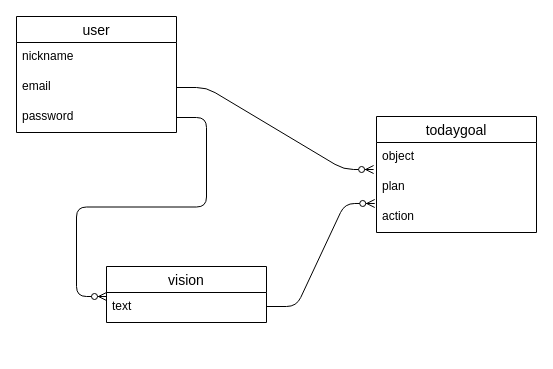
This is axis-app.dio from 20230824/axis-app, a draw.io file, before an edit. Source tidied: cells renumbered, new cells numbered last; positions are measured from the earlier drawing's top-left corner, leaving out a move shared by most shapes. Both pictures are drawn from the tidied source at 100%, with x=0, y=0 at pixel (16, 16).
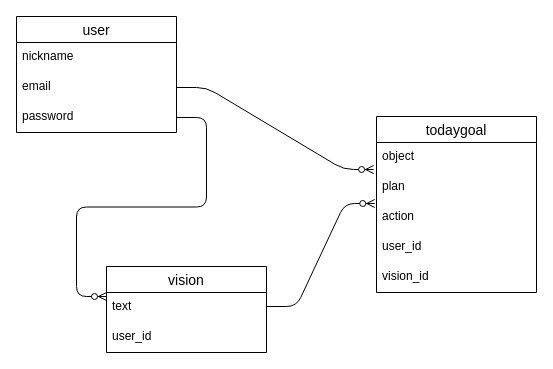
The same diagram, later.

The edit, as a diff of the source:
```diff
@@
 <mxGraphModel>
   <root>
     <mxCell id="0" />
     <mxCell id="1" parent="0" />
     <mxCell id="2" value="vision" style="swimlane;fontStyle=0;horizontal=1;startSize=26;align=center;fontSize=14;" parent="1" vertex="1">
-      <mxGeometry x="90" y="250" width="160" height="56" as="geometry" />
+      <mxGeometry x="90" y="250" width="160" height="86" as="geometry" />
     </mxCell>
     <mxCell id="3" value="text" style="text;strokeColor=none;fillColor=none;spacingLeft=4;spacingRight=4;overflow=hidden;fontSize=12;" parent="2" vertex="1">
       <mxGeometry y="26" width="160" height="30" as="geometry" />
     </mxCell>
+    <mxCell id="15" value="user_id" style="text;strokeColor=none;fillColor=none;spacingLeft=4;spacingRight=4;overflow=hidden;fontSize=12;" parent="2" vertex="1">
+      <mxGeometry y="56" width="160" height="30" as="geometry" />
+    </mxCell>
     <mxCell id="4" value="todaygoal" style="swimlane;fontStyle=0;horizontal=1;startSize=26;align=center;fontSize=14;" parent="1" vertex="1">
-      <mxGeometry x="360" y="100" width="160" height="116" as="geometry" />
+      <mxGeometry x="360" y="100" width="160" height="176" as="geometry" />
     </mxCell>
     <mxCell id="5" value="object" style="text;strokeColor=none;fillColor=none;spacingLeft=4;spacingRight=4;overflow=hidden;points=[[0,0.5],[1,0.5]];portConstraint=eastwest;fontSize=12;" parent="4" vertex="1">
       <mxGeometry y="26" width="160" height="30" as="geometry" />
     </mxCell>
     <mxCell id="6" value="plan" style="text;strokeColor=none;fillColor=none;spacingLeft=4;spacingRight=4;overflow=hidden;fontSize=12;" parent="4" vertex="1">
       <mxGeometry y="56" width="160" height="30" as="geometry" />
     </mxCell>
     <mxCell id="7" value="action" style="text;strokeColor=none;fillColor=none;spacingLeft=4;spacingRight=4;overflow=hidden;points=[[0,0.5],[1,0.5]];portConstraint=eastwest;fontSize=12;" parent="4" vertex="1">
       <mxGeometry y="86" width="160" height="30" as="geometry" />
     </mxCell>
+    <mxCell id="16" value="user_id" style="text;strokeColor=none;fillColor=none;spacingLeft=4;spacingRight=4;overflow=hidden;fontSize=12;" parent="4" vertex="1">
+      <mxGeometry y="116" width="160" height="30" as="geometry" />
+    </mxCell>
+    <mxCell id="17" value="vision_id" style="text;strokeColor=none;fillColor=none;spacingLeft=4;spacingRight=4;overflow=hidden;fontSize=12;" parent="4" vertex="1">
+      <mxGeometry y="146" width="160" height="30" as="geometry" />
+    </mxCell>
     <mxCell id="8" value="user" style="swimlane;fontStyle=0;horizontal=1;startSize=26;align=center;fontSize=14;" parent="1" vertex="1">
       <mxGeometry width="160" height="116" as="geometry" />
     </mxCell>
     <mxCell id="9" value="nickname" style="text;strokeColor=none;fillColor=none;spacingLeft=4;spacingRight=4;overflow=hidden;fontSize=12;" parent="8" vertex="1">
       <mxGeometry y="26" width="160" height="30" as="geometry" />
     </mxCell>
     <mxCell id="10" value="email" style="text;strokeColor=none;fillColor=none;spacingLeft=4;spacingRight=4;overflow=hidden;points=[[0,0.5],[1,0.5]];portConstraint=eastwest;fontSize=12;" parent="8" vertex="1">
       <mxGeometry y="56" width="160" height="30" as="geometry" />
     </mxCell>
     <mxCell id="11" value="password" style="text;strokeColor=none;fillColor=none;spacingLeft=4;spacingRight=4;overflow=hidden;points=[[0,0.5],[1,0.5]];portConstraint=eastwest;fontSize=12;" parent="8" vertex="1">
       <mxGeometry y="86" width="160" height="30" as="geometry" />
     </mxCell>
     <mxCell id="12" style="edgeStyle=entityRelationEdgeStyle;fontSize=12;html=1;endArrow=ERzeroToMany;endFill=1;exitX=1;exitY=0.5;exitDx=0;exitDy=0;entryX=-0.018;entryY=0.9;entryDx=0;entryDy=0;entryPerimeter=0;" parent="1" edge="1" source="10" target="5">
       <mxGeometry relative="1" as="geometry" />
     </mxCell>
     <mxCell id="13" style="edgeStyle=entityRelationEdgeStyle;fontSize=12;html=1;endArrow=ERzeroToMany;endFill=1;entryX=-0.011;entryY=0.033;entryDx=0;entryDy=0;entryPerimeter=0;" parent="1" edge="1" target="7">
       <mxGeometry relative="1" as="geometry">
         <mxPoint x="250" y="290" as="sourcePoint" />
       </mxGeometry>
     </mxCell>
     <mxCell id="14" style="edgeStyle=entityRelationEdgeStyle;fontSize=12;html=1;endArrow=ERzeroToMany;endFill=1;exitX=1;exitY=0.5;exitDx=0;exitDy=0;" parent="1" edge="1" source="11">
       <mxGeometry relative="1" as="geometry">
         <mxPoint x="90" y="280" as="targetPoint" />
       </mxGeometry>
     </mxCell>
   </root>
 </mxGraphModel>
```
